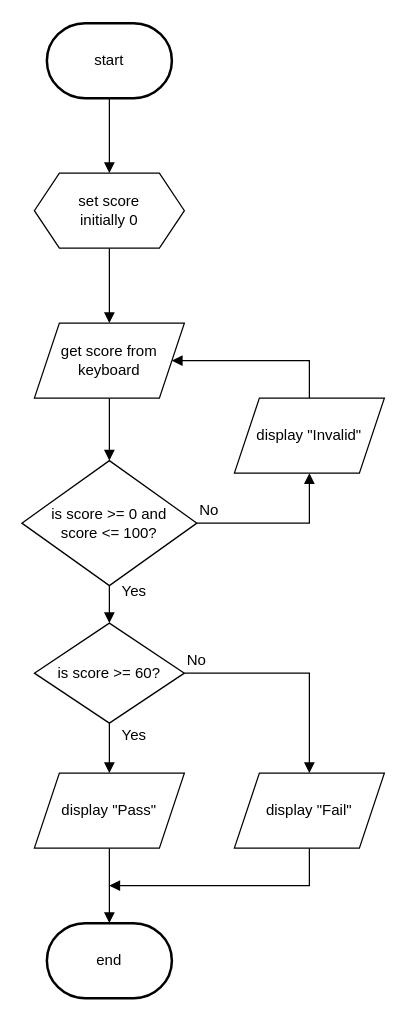
Before: page "fc2" (2 of 10) of n5-cs/sdd/N5-SDD-Result/assets/N5 SDD Result.drawio in MrFriendCS/MrFriendCS.github.io, a draw.io diagram. Source tidied: cells renumbered, new cells numbered last; positions are measured from the earlier drawing's top-left corner, leaving out a move shared by most shapes. Both pictures are drawn from the tidied source at 125%, with x=0, y=0 at pixel (21, 22).
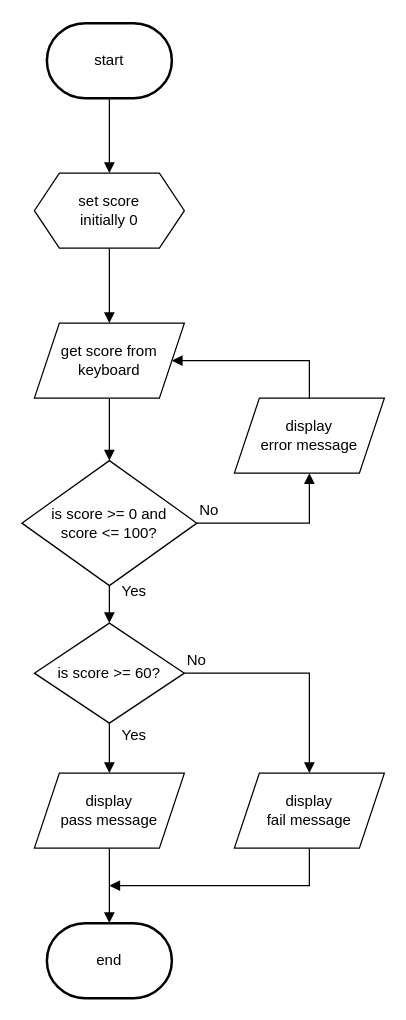
Above is the later version.

Change to the diagram source:
```diff
@@
-    <mxCell id="12" value="display &quot;Pass&quot;" style="shape=parallelogram;perimeter=parallelogramPerimeter;whiteSpace=wrap;html=1;fixedSize=1;" parent="1" vertex="1">
+    <mxCell id="12" value="display&lt;div&gt;pass message&lt;/div&gt;" style="shape=parallelogram;perimeter=parallelogramPerimeter;whiteSpace=wrap;html=1;fixedSize=1;" parent="1" vertex="1">
       <mxGeometry x="10" y="600" width="120" height="60" as="geometry" />
     </mxCell>
@@
-    <mxCell id="14" value="display &quot;Fail&quot;" style="shape=parallelogram;perimeter=parallelogramPerimeter;whiteSpace=wrap;html=1;fixedSize=1;" parent="1" vertex="1">
+    <mxCell id="14" value="display&lt;div&gt;fail message&lt;/div&gt;" style="shape=parallelogram;perimeter=parallelogramPerimeter;whiteSpace=wrap;html=1;fixedSize=1;" parent="1" vertex="1">
       <mxGeometry x="170" y="600" width="120" height="60" as="geometry" />
     </mxCell>
@@
-    <mxCell id="24" value="display &quot;Invalid&quot;" style="shape=parallelogram;perimeter=parallelogramPerimeter;whiteSpace=wrap;html=1;fixedSize=1;" parent="1" vertex="1">
+    <mxCell id="24" value="display&lt;div&gt;error message&lt;/div&gt;" style="shape=parallelogram;perimeter=parallelogramPerimeter;whiteSpace=wrap;html=1;fixedSize=1;" parent="1" vertex="1">
       <mxGeometry x="170" y="300" width="120" height="60" as="geometry" />
     </mxCell>
```
